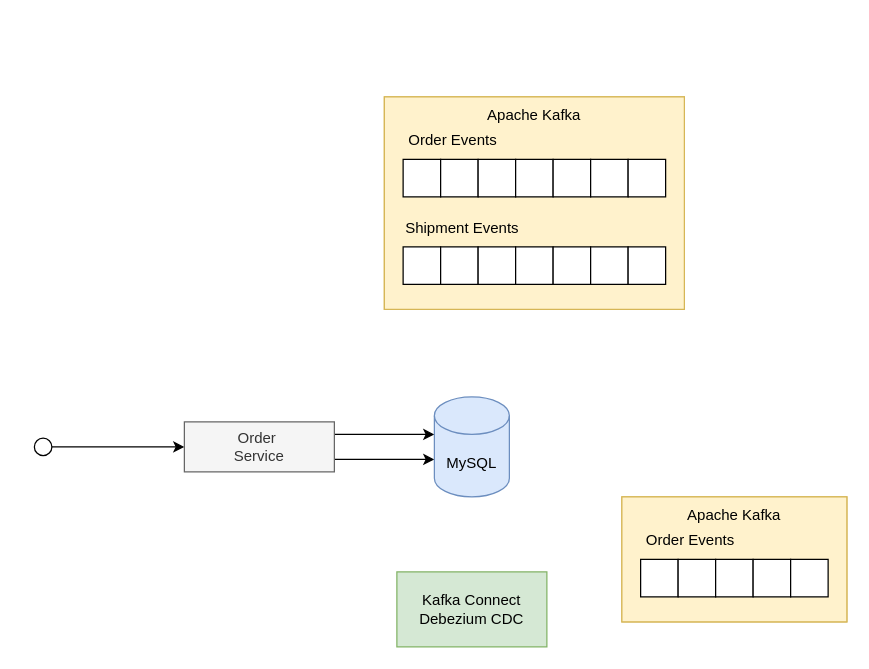
Earlier version of the draw.io diagram drawio/kafka/kafka-cdc-outbox-2.drawio (windowforsun/blog). Source tidied: cells renumbered, new cells numbered last; positions are measured from the earlier drawing's top-left corner, leaving out a move shared by most shapes. Both pictures are drawn from the tidied source at 125%, with x=0, y=0 at pixel (34, 96).
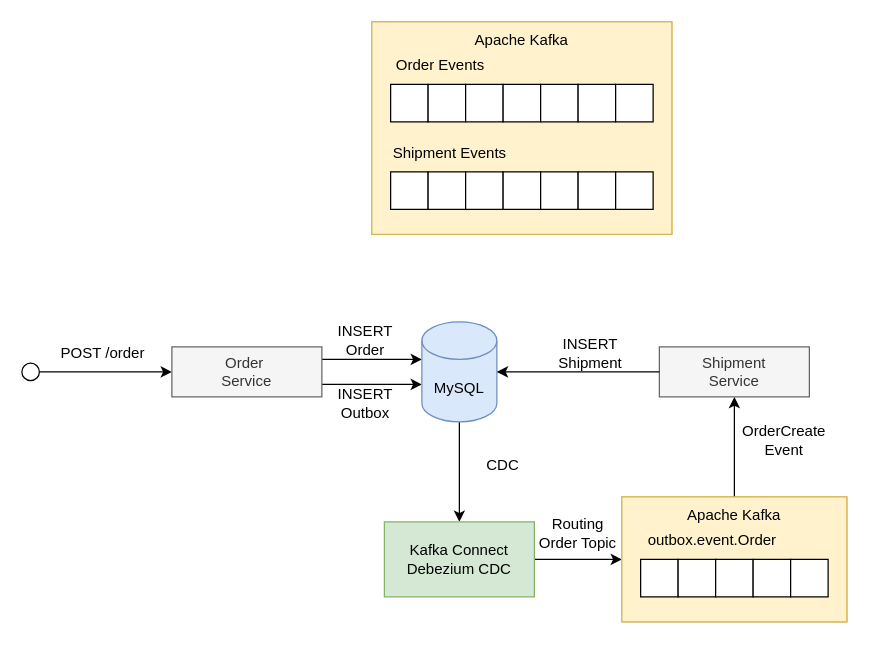
Above is the later version.

Unchanged cells that the change refers to:
```xml
<mxCell id="31" style="rounded=0;whiteSpace=wrap;html=1;fillColor=#fff2cc;strokeColor=#d6b656;" parent="1" vertex="1">
  <mxGeometry x="470" y="320" width="180" height="100" as="geometry" />
</mxCell>
```

The edit, as a diff of the source:
```diff
@@
     <mxCell id="2" style="edgeStyle=orthogonalEdgeStyle;rounded=0;jettySize=auto;html=1;entryX=0;entryY=0.5;entryDx=0;entryDy=0;" parent="1" edge="1" source="3">
       <mxGeometry relative="1" as="geometry">
-        <mxPoint x="120" y="280" as="targetPoint" />
+        <mxPoint x="110" y="220" as="targetPoint" />
       </mxGeometry>
     </mxCell>
     <mxCell id="3" style="ellipse;whiteSpace=wrap;html=1;" parent="1" vertex="1">
-      <mxGeometry y="273" width="14" height="14" as="geometry" />
+      <mxGeometry x="-10" y="213" width="14" height="14" as="geometry" />
     </mxCell>
     <mxCell id="4" style="edgeStyle=orthogonalEdgeStyle;rounded=0;orthogonalLoop=1;jettySize=auto;html=1;exitX=1;exitY=0.25;exitDx=0;exitDy=0;" parent="1" edge="1">
       <mxGeometry relative="1" as="geometry">
-        <mxPoint x="240" y="270" as="sourcePoint" />
-        <mxPoint x="320" y="270" as="targetPoint" />
+        <mxPoint x="230" y="210" as="sourcePoint" />
+        <mxPoint x="310" y="210" as="targetPoint" />
       </mxGeometry>
     </mxCell>
     <mxCell id="5" style="edgeStyle=orthogonalEdgeStyle;rounded=0;orthogonalLoop=1;jettySize=auto;html=1;entryX=0;entryY=0.625;entryDx=0;entryDy=0;entryPerimeter=0;exitX=1;exitY=0.75;exitDx=0;exitDy=0;" parent="1" edge="1">
       <mxGeometry relative="1" as="geometry">
-        <mxPoint x="240" y="290" as="sourcePoint" />
-        <mxPoint x="320" y="290" as="targetPoint" />
+        <mxPoint x="230" y="230" as="sourcePoint" />
+        <mxPoint x="310" y="230" as="targetPoint" />
       </mxGeometry>
     </mxCell>
     <mxCell id="6" value="Order&amp;nbsp;&lt;div&gt;Service&lt;/div&gt;" style="rounded=0;whiteSpace=wrap;html=1;fillColor=#f5f5f5;fontColor=#333333;strokeColor=#666666;" parent="1" vertex="1">
-      <mxGeometry x="120" y="260" width="120" height="40" as="geometry" />
+      <mxGeometry x="110" y="200" width="120" height="40" as="geometry" />
     </mxCell>
+    <mxCell id="39" style="edgeStyle=orthogonalEdgeStyle;rounded=0;jettySize=auto;html=1;entryX=0.5;entryY=0;entryDx=0;entryDy=0;" parent="1" edge="1" source="7" target="8">
+      <mxGeometry relative="1" as="geometry" />
+    </mxCell>
     <mxCell id="7" value="MySQL" style="shape=cylinder3;whiteSpace=wrap;html=1;boundedLbl=1;backgroundOutline=1;size=15;fillColor=#dae8fc;strokeColor=#6c8ebf;" parent="1" vertex="1">
-      <mxGeometry x="320" y="240" width="60" height="80" as="geometry" />
+      <mxGeometry x="310" y="180" width="60" height="80" as="geometry" />
     </mxCell>
+    <mxCell id="40" style="edgeStyle=orthogonalEdgeStyle;rounded=0;jettySize=auto;html=1;entryX=0;entryY=0.5;entryDx=0;entryDy=0;" parent="1" edge="1" source="8" target="31">
+      <mxGeometry relative="1" as="geometry" />
+    </mxCell>
     <mxCell id="8" value="Kafka Connect&lt;div&gt;Debezium CDC&lt;/div&gt;" style="rounded=0;whiteSpace=wrap;html=1;fillColor=#d5e8d4;strokeColor=#82b366;" parent="1" vertex="1">
-      <mxGeometry x="290" y="380" width="120" height="60" as="geometry" />
+      <mxGeometry x="280" y="340" width="120" height="60" as="geometry" />
     </mxCell>
@@
     <mxCell id="10" style="group;fillColor=#fff2cc;strokeColor=#d6b656;" parent="1" vertex="1">
-      <mxGeometry x="280" width="240" height="170" as="geometry" />
+      <mxGeometry x="270" y="-60" width="240" height="170" as="geometry" />
     </mxCell>
@@
+    <mxCell id="41" style="edgeStyle=orthogonalEdgeStyle;rounded=0;jettySize=auto;html=1;entryX=0.5;entryY=1;entryDx=0;entryDy=0;" parent="1" edge="1" source="31" target="42">
+      <mxGeometry relative="1" as="geometry" />
+    </mxCell>
@@
-    <mxCell id="33" value="Order Events" style="text;html=1;align=center;verticalAlign=middle;whiteSpace=wrap;rounded=0;" parent="1" vertex="1">
-      <mxGeometry x="485" y="340" width="80" height="30" as="geometry" />
+    <mxCell id="33" value="outbox.event.Order" style="text;html=1;align=center;verticalAlign=middle;whiteSpace=wrap;rounded=0;" parent="1" vertex="1">
+      <mxGeometry x="485" y="340" width="115" height="30" as="geometry" />
     </mxCell>
@@
+    <mxCell id="42" value="Shipment&lt;div&gt;Service&lt;/div&gt;" style="rounded=0;whiteSpace=wrap;html=1;fillColor=#f5f5f5;fontColor=#333333;strokeColor=#666666;" parent="1" vertex="1">
+      <mxGeometry x="500" y="200" width="120" height="40" as="geometry" />
+    </mxCell>
+    <mxCell id="43" style="edgeStyle=orthogonalEdgeStyle;rounded=0;jettySize=auto;html=1;entryX=1;entryY=0.5;entryDx=0;entryDy=0;entryPerimeter=0;" parent="1" edge="1" source="42" target="7">
+      <mxGeometry relative="1" as="geometry" />
+    </mxCell>
+    <mxCell id="44" value="POST /order" style="text;html=1;align=center;verticalAlign=middle;whiteSpace=wrap;rounded=0;" parent="1" vertex="1">
+      <mxGeometry x="20" y="190" width="70" height="30" as="geometry" />
+    </mxCell>
+    <mxCell id="45" value="INSERT Order" style="text;html=1;align=center;verticalAlign=middle;whiteSpace=wrap;rounded=0;" parent="1" vertex="1">
+      <mxGeometry x="230" y="180" width="70" height="30" as="geometry" />
+    </mxCell>
+    <mxCell id="46" value="INSERT&lt;div&gt;Outbox&lt;/div&gt;" style="text;html=1;align=center;verticalAlign=middle;whiteSpace=wrap;rounded=0;" parent="1" vertex="1">
+      <mxGeometry x="230" y="230" width="70" height="30" as="geometry" />
+    </mxCell>
+    <mxCell id="47" value="CDC" style="text;html=1;align=center;verticalAlign=middle;whiteSpace=wrap;rounded=0;" parent="1" vertex="1">
+      <mxGeometry x="340" y="280" width="70" height="30" as="geometry" />
+    </mxCell>
+    <mxCell id="48" value="Routing Order Topic" style="text;html=1;align=center;verticalAlign=middle;whiteSpace=wrap;rounded=0;" parent="1" vertex="1">
+      <mxGeometry x="400" y="334" width="70" height="30" as="geometry" />
+    </mxCell>
+    <mxCell id="49" value="OrderCreate&lt;div&gt;Event&lt;/div&gt;" style="text;html=1;align=center;verticalAlign=middle;whiteSpace=wrap;rounded=0;" parent="1" vertex="1">
+      <mxGeometry x="565" y="260" width="70" height="30" as="geometry" />
+    </mxCell>
+    <mxCell id="50" value="INSERT&lt;div&gt;Shipment&lt;/div&gt;" style="text;html=1;align=center;verticalAlign=middle;whiteSpace=wrap;rounded=0;" parent="1" vertex="1">
+      <mxGeometry x="410" y="190" width="70" height="30" as="geometry" />
+    </mxCell>
```
